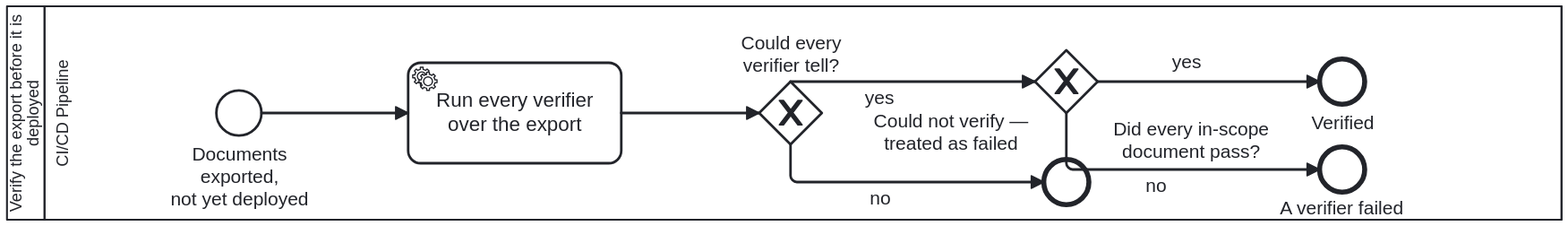
Above: docs/assets/img/workflows/publish-verification.svg in litlfred/cat-harness (BPMN), before the change. Its source is kept beside it as processes/sdlc/publish-verification.bpmn. Ids are renumbered. The source it was exported from:
```xml
<bpmn:definitions xmlns:bpmn="http://www.omg.org/spec/BPMN/20100524/MODEL"
                  xmlns:bpmndi="http://www.omg.org/spec/BPMN/20100524/DI"
                  xmlns:dc="http://www.omg.org/spec/DD/20100524/DC"
                  xmlns:di="http://www.omg.org/spec/DD/20100524/DI"
                  xmlns:bootstrap.processes="https://litlfred.github.io/bootstrap/v0/processes/ns#"
                  xmlns:cat-harness.processes="https://litlfred.github.io/cat-harness/v0/processes/ns#"
                  id="Definitions_Process_PublishVerification" targetNamespace="https://litlfred.github.io/folio-assistant/workflows"
                  exporter="folio-assistant" exporterVersion="1">
  <bpmn:import namespace="https://litlfred.github.io/bootstrap/v0/processes/ns#" location="https://litlfred.github.io/bootstrap/v0/processes/ns.jsonld" importType="http://www.w3.org/ns/json-ld"/>
  <bpmn:resource id="build-pipeline" name="Build pipeline"/>
  <bpmn:collaboration id="Collaboration_Process_PublishVerification">
    <bpmn:participant id="Participant_Process_PublishVerification" name="Verify the export before it is deployed" processRef="Process_PublishVerification"/>
  </bpmn:collaboration>
  <bpmn:process id="Process_PublishVerification" name="Verify the export before it is deployed" isExecutable="false">
    <bpmn:documentation>Run the verifier set over the built tree between the export and the deploy, blocking it: pass, fail or could-not-tell, and the caller deploys only on a pass. Bean vigi, owner 2026-09-23: a set of post-processing tools that verify what the build produced, run BEFORE deployment and blocking — &quot;a failure triggers an alert to the publisher manager&quot;. This process only verifies and says how it went; the caller (docs-site-publish) blocks the deploy on anything but a pass and routes the failure through Process_PublishAlert, the one alert every step after the publish button shares.</bpmn:documentation>
    <bpmn:extensionElements><cat-harness.processes:policy enforcement="strict"/></bpmn:extensionElements>
    <bpmn:laneSet id="LaneSet_Process_PublishVerification">
      <bpmn:lane id="Lane_Ci" name="CI/CD Pipeline" partitionElementRef="build-pipeline">
        <bpmn:documentation>Runs every verifier over the exported documents before anything is deployed, and reports pass, fail or could-not-tell. It decides nothing about the release: the caller blocks on anything but a pass.</bpmn:documentation>
        <bpmn:flowNodeRef>Start_Exported</bpmn:flowNodeRef>
        <bpmn:flowNodeRef>A_Verify</bpmn:flowNodeRef>
        <bpmn:flowNodeRef>GW_Determined</bpmn:flowNodeRef>
        <bpmn:flowNodeRef>End_Unknown</bpmn:flowNodeRef>
        <bpmn:flowNodeRef>GW_Pass</bpmn:flowNodeRef>
        <bpmn:flowNodeRef>End_Verified</bpmn:flowNodeRef>
        <bpmn:flowNodeRef>End_Failed</bpmn:flowNodeRef>
      </bpmn:lane>
    </bpmn:laneSet>
    <bpmn:startEvent id="Start_Exported" name="Documents exported,&#10;not yet deployed">
      <bpmn:outgoing>F_1</bpmn:outgoing>
    </bpmn:startEvent>
    <bpmn:serviceTask id="A_Verify" name="Run every verifier&#10;over the export">
      <bpmn:documentation>Run the verifier set (scripts/publish-verify.ts, `bun run cat publish:verify -- --dir &lt;site&gt;`) over the built tree. A SET: each verifier is one entry, and adding one changes nothing else. The first is JSON-LD expansion under a real processor, network refused — a property the context does not declare, a relative IRI or a context that will not load is a finding. Only documents of OURS are verified; third-party data in the tree is counted and cannot block.</bpmn:documentation>
      <bpmn:extensionElements><bootstrap.processes:skill ref="publish-verification"/></bpmn:extensionElements>
      <bpmn:incoming>F_1</bpmn:incoming>
      <bpmn:outgoing>F_2</bpmn:outgoing>
    </bpmn:serviceTask>
    <bpmn:exclusiveGateway id="GW_Determined" name="Could every&#10;verifier tell?">
      <bpmn:documentation>Answered by the verifier set's exit code. `no` (exit 2 — nothing to verify, or a verifier could not run) ends as could-not-verify, which the caller treats as a failure: an unverified release is not a verified one. `yes` asks whether everything passed.</bpmn:documentation>
      <bpmn:incoming>F_2</bpmn:incoming>
      <bpmn:outgoing>F_3</bpmn:outgoing>
      <bpmn:outgoing>F_4</bpmn:outgoing>
    </bpmn:exclusiveGateway>
    <bpmn:endEvent id="End_Unknown" name="Could not verify —&#10;treated as failed">
      <bpmn:incoming>F_3</bpmn:incoming>
    </bpmn:endEvent>
    <bpmn:exclusiveGateway id="GW_Pass" name="Did every in-scope&#10;document pass?">
      <bpmn:documentation>Answered by the findings. `yes` (exit 0) ends verified and the caller deploys; `no` (exit 1) ends failed, and the caller blocks the deploy and alerts the publication manager with the report.</bpmn:documentation>
      <bpmn:incoming>F_4</bpmn:incoming>
      <bpmn:outgoing>F_5</bpmn:outgoing>
      <bpmn:outgoing>F_6</bpmn:outgoing>
    </bpmn:exclusiveGateway>
    <bpmn:endEvent id="End_Verified" name="Verified">
      <bpmn:incoming>F_5</bpmn:incoming>
    </bpmn:endEvent>
    <bpmn:endEvent id="End_Failed" name="A verifier failed">
      <bpmn:incoming>F_6</bpmn:incoming>
    </bpmn:endEvent>
    <bpmn:sequenceFlow id="F_1" sourceRef="Start_Exported" targetRef="A_Verify"/>
    <bpmn:sequenceFlow id="F_2" sourceRef="A_Verify" targetRef="GW_Determined"/>
    <bpmn:sequenceFlow id="F_3" sourceRef="GW_Determined" targetRef="End_Unknown" name="no"/>
    <bpmn:sequenceFlow id="F_4" sourceRef="GW_Determined" targetRef="GW_Pass" name="yes"/>
    <bpmn:sequenceFlow id="F_5" sourceRef="GW_Pass" targetRef="End_Verified" name="yes"/>
    <bpmn:sequenceFlow id="F_6" sourceRef="GW_Pass" targetRef="End_Failed" name="no"/>
  </bpmn:process>
  <bpmndi:BPMNDiagram id="Diagram_Process_PublishVerification">
    <bpmndi:BPMNPlane id="Plane_Process_PublishVerification" bpmnElement="Collaboration_Process_PublishVerification">
      <bpmndi:BPMNShape id="Shape_Participant_Process_PublishVerification" bpmnElement="Participant_Process_PublishVerification" isHorizontal="true"><dc:Bounds x="60" y="60" width="1240" height="170"/></bpmndi:BPMNShape>
      <bpmndi:BPMNShape id="Shape_Lane_Ci" bpmnElement="Lane_Ci" isHorizontal="true"><dc:Bounds x="90" y="60" width="1210" height="170"/></bpmndi:BPMNShape>
      <bpmndi:BPMNShape id="Shape_Start_Exported" bpmnElement="Start_Exported"><dc:Bounds x="227" y="127" width="36" height="36"/><bpmndi:BPMNLabel><dc:Bounds x="175" y="169" width="140" height="40"/></bpmndi:BPMNLabel></bpmndi:BPMNShape>
      <bpmndi:BPMNShape id="Shape_A_Verify" bpmnElement="A_Verify"><dc:Bounds x="380" y="105" width="170" height="80"/></bpmndi:BPMNShape>
      <bpmndi:BPMNShape id="Shape_GW_Determined" bpmnElement="GW_Determined" isMarkerVisible="true"><dc:Bounds x="660" y="120" width="50" height="50"/><bpmndi:BPMNLabel><dc:Bounds x="615" y="81" width="140" height="35" /></bpmndi:BPMNLabel></bpmndi:BPMNShape>
      <bpmndi:BPMNShape id="Shape_End_Unknown" bpmnElement="End_Unknown"><dc:Bounds x="887" y="182" width="36" height="36"/><bpmndi:BPMNLabel><dc:Bounds x="743" y="143" width="140" height="35" /></bpmndi:BPMNLabel></bpmndi:BPMNShape>
      <bpmndi:BPMNShape id="Shape_GW_Pass" bpmnElement="GW_Pass" isMarkerVisible="true"><dc:Bounds x="880" y="95" width="50" height="50"/><bpmndi:BPMNLabel><dc:Bounds x="934" y="149" width="140" height="36" /></bpmndi:BPMNLabel></bpmndi:BPMNShape>
      <bpmndi:BPMNShape id="Shape_End_Verified" bpmnElement="End_Verified"><dc:Bounds x="1107" y="102" width="36" height="36"/><bpmndi:BPMNLabel><dc:Bounds x="1055" y="144" width="140" height="40"/></bpmndi:BPMNLabel></bpmndi:BPMNShape>
      <bpmndi:BPMNShape id="Shape_End_Failed" bpmnElement="End_Failed"><dc:Bounds x="1107" y="172" width="36" height="36"/><bpmndi:BPMNLabel><dc:Bounds x="1055" y="212" width="140" height="17" /></bpmndi:BPMNLabel></bpmndi:BPMNShape>
      <bpmndi:BPMNEdge id="Edge_F_1" bpmnElement="F_1"><di:waypoint x="263" y="145"/><di:waypoint x="380" y="145"/></bpmndi:BPMNEdge>
      <bpmndi:BPMNEdge id="Edge_F_2" bpmnElement="F_2"><di:waypoint x="550" y="145"/><di:waypoint x="660" y="145"/></bpmndi:BPMNEdge>
      <bpmndi:BPMNEdge id="Edge_F_3" bpmnElement="F_3"><di:waypoint x="685" y="170"/><di:waypoint x="685" y="200"/><di:waypoint x="887" y="200"/><bpmndi:BPMNLabel><dc:Bounds x="691" y="204" width="130" height="20"/></bpmndi:BPMNLabel></bpmndi:BPMNEdge>
      <bpmndi:BPMNEdge id="Edge_F_4" bpmnElement="F_4"><di:waypoint x="685" y="120"/><di:waypoint x="685" y="120"/><di:waypoint x="880" y="120"/><bpmndi:BPMNLabel><dc:Bounds x="691" y="124" width="130" height="20"/></bpmndi:BPMNLabel></bpmndi:BPMNEdge>
      <bpmndi:BPMNEdge id="Edge_F_5" bpmnElement="F_5"><di:waypoint x="930" y="120"/><di:waypoint x="1107" y="120"/><bpmndi:BPMNLabel><dc:Bounds x="936" y="96" width="130" height="20"/></bpmndi:BPMNLabel></bpmndi:BPMNEdge>
      <bpmndi:BPMNEdge id="Edge_F_6" bpmnElement="F_6"><di:waypoint x="905" y="145"/><di:waypoint x="905" y="190"/><di:waypoint x="1107" y="190"/><bpmndi:BPMNLabel><dc:Bounds x="911" y="194" width="130" height="20"/></bpmndi:BPMNLabel></bpmndi:BPMNEdge>
    </bpmndi:BPMNPlane>
  </bpmndi:BPMNDiagram>
</bpmn:definitions>
```
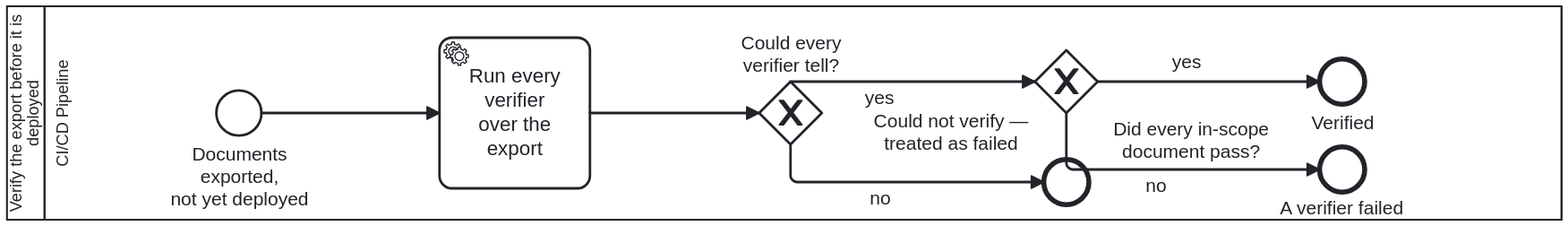
The same diagram one commit later.

Diff of the diagram source:
```diff
@@ -65,17 +65,23 @@
   </bpmn:process>
   <bpmndi:BPMNDiagram id="Diagram_Process_PublishVerification">
     <bpmndi:BPMNPlane id="Plane_Process_PublishVerification" bpmnElement="Collaboration_Process_PublishVerification">
-      <bpmndi:BPMNShape id="Shape_Participant_Process_PublishVerification" bpmnElement="Participant_Process_PublishVerification" isHorizontal="true"><dc:Bounds x="60" y="60" width="1240" height="170"/></bpmndi:BPMNShape>
-      <bpmndi:BPMNShape id="Shape_Lane_Ci" bpmnElement="Lane_Ci" isHorizontal="true"><dc:Bounds x="90" y="60" width="1210" height="170"/></bpmndi:BPMNShape>
-      <bpmndi:BPMNShape id="Shape_Start_Exported" bpmnElement="Start_Exported"><dc:Bounds x="227" y="127" width="36" height="36"/><bpmndi:BPMNLabel><dc:Bounds x="175" y="169" width="140" height="40"/></bpmndi:BPMNLabel></bpmndi:BPMNShape>
-      <bpmndi:BPMNShape id="Shape_A_Verify" bpmnElement="A_Verify"><dc:Bounds x="380" y="105" width="170" height="80"/></bpmndi:BPMNShape>
-      <bpmndi:BPMNShape id="Shape_GW_Determined" bpmnElement="GW_Determined" isMarkerVisible="true"><dc:Bounds x="660" y="120" width="50" height="50"/><bpmndi:BPMNLabel><dc:Bounds x="615" y="81" width="140" height="35" /></bpmndi:BPMNLabel></bpmndi:BPMNShape>
-      <bpmndi:BPMNShape id="Shape_End_Unknown" bpmnElement="End_Unknown"><dc:Bounds x="887" y="182" width="36" height="36"/><bpmndi:BPMNLabel><dc:Bounds x="743" y="143" width="140" height="35" /></bpmndi:BPMNLabel></bpmndi:BPMNShape>
-      <bpmndi:BPMNShape id="Shape_GW_Pass" bpmnElement="GW_Pass" isMarkerVisible="true"><dc:Bounds x="880" y="95" width="50" height="50"/><bpmndi:BPMNLabel><dc:Bounds x="934" y="149" width="140" height="36" /></bpmndi:BPMNLabel></bpmndi:BPMNShape>
-      <bpmndi:BPMNShape id="Shape_End_Verified" bpmnElement="End_Verified"><dc:Bounds x="1107" y="102" width="36" height="36"/><bpmndi:BPMNLabel><dc:Bounds x="1055" y="144" width="140" height="40"/></bpmndi:BPMNLabel></bpmndi:BPMNShape>
-      <bpmndi:BPMNShape id="Shape_End_Failed" bpmnElement="End_Failed"><dc:Bounds x="1107" y="172" width="36" height="36"/><bpmndi:BPMNLabel><dc:Bounds x="1055" y="212" width="140" height="17" /></bpmndi:BPMNLabel></bpmndi:BPMNShape>
-      <bpmndi:BPMNEdge id="Edge_F_1" bpmnElement="F_1"><di:waypoint x="263" y="145"/><di:waypoint x="380" y="145"/></bpmndi:BPMNEdge>
-      <bpmndi:BPMNEdge id="Edge_F_2" bpmnElement="F_2"><di:waypoint x="550" y="145"/><di:waypoint x="660" y="145"/></bpmndi:BPMNEdge>
+      <bpmndi:BPMNShape id="Shape_Participant_Process_PublishVerification" bpmnElement="Participant_Process_PublishVerification" isHorizontal="true"><dc:Bounds x="60" y="60" width="1240" height="170" /></bpmndi:BPMNShape>
+      <bpmndi:BPMNShape id="Shape_Lane_Ci" bpmnElement="Lane_Ci" isHorizontal="true"><dc:Bounds x="90" y="60" width="1210" height="170" /></bpmndi:BPMNShape>
+      <bpmndi:BPMNShape id="Shape_Start_Exported" bpmnElement="Start_Exported"><dc:Bounds x="227" y="127" width="36" height="36" /><bpmndi:BPMNLabel><dc:Bounds x="175" y="169" width="140" height="40"/></bpmndi:BPMNLabel></bpmndi:BPMNShape>
+      <bpmndi:BPMNShape id="Shape_A_Verify" bpmnElement="A_Verify"><dc:Bounds x="405" y="85" width="120" height="120" /></bpmndi:BPMNShape>
+      <bpmndi:BPMNShape id="Shape_GW_Determined" bpmnElement="GW_Determined" isMarkerVisible="true"><dc:Bounds x="660" y="120" width="50" height="50" /><bpmndi:BPMNLabel><dc:Bounds x="615" y="81" width="140" height="35" /></bpmndi:BPMNLabel></bpmndi:BPMNShape>
+      <bpmndi:BPMNShape id="Shape_End_Unknown" bpmnElement="End_Unknown"><dc:Bounds x="887" y="182" width="36" height="36" /><bpmndi:BPMNLabel><dc:Bounds x="743" y="143" width="140" height="35" /></bpmndi:BPMNLabel></bpmndi:BPMNShape>
+      <bpmndi:BPMNShape id="Shape_GW_Pass" bpmnElement="GW_Pass" isMarkerVisible="true"><dc:Bounds x="880" y="95" width="50" height="50" /><bpmndi:BPMNLabel><dc:Bounds x="934" y="149" width="140" height="36" /></bpmndi:BPMNLabel></bpmndi:BPMNShape>
+      <bpmndi:BPMNShape id="Shape_End_Verified" bpmnElement="End_Verified"><dc:Bounds x="1107" y="102" width="36" height="36" /><bpmndi:BPMNLabel><dc:Bounds x="1055" y="144" width="140" height="40"/></bpmndi:BPMNLabel></bpmndi:BPMNShape>
+      <bpmndi:BPMNShape id="Shape_End_Failed" bpmnElement="End_Failed"><dc:Bounds x="1107" y="172" width="36" height="36" /><bpmndi:BPMNLabel><dc:Bounds x="1055" y="212" width="140" height="17" /></bpmndi:BPMNLabel></bpmndi:BPMNShape>
+      <bpmndi:BPMNEdge id="Edge_F_1" bpmnElement="F_1">
+        <di:waypoint x="263" y="145" />
+        <di:waypoint x="405" y="145" />
+      </bpmndi:BPMNEdge>
+      <bpmndi:BPMNEdge id="Edge_F_2" bpmnElement="F_2">
+        <di:waypoint x="525" y="145" />
+        <di:waypoint x="660" y="145" />
+      </bpmndi:BPMNEdge>
       <bpmndi:BPMNEdge id="Edge_F_3" bpmnElement="F_3"><di:waypoint x="685" y="170"/><di:waypoint x="685" y="200"/><di:waypoint x="887" y="200"/><bpmndi:BPMNLabel><dc:Bounds x="691" y="204" width="130" height="20"/></bpmndi:BPMNLabel></bpmndi:BPMNEdge>
       <bpmndi:BPMNEdge id="Edge_F_4" bpmnElement="F_4"><di:waypoint x="685" y="120"/><di:waypoint x="685" y="120"/><di:waypoint x="880" y="120"/><bpmndi:BPMNLabel><dc:Bounds x="691" y="124" width="130" height="20"/></bpmndi:BPMNLabel></bpmndi:BPMNEdge>
       <bpmndi:BPMNEdge id="Edge_F_5" bpmnElement="F_5"><di:waypoint x="930" y="120"/><di:waypoint x="1107" y="120"/><bpmndi:BPMNLabel><dc:Bounds x="936" y="96" width="130" height="20"/></bpmndi:BPMNLabel></bpmndi:BPMNEdge>
```
